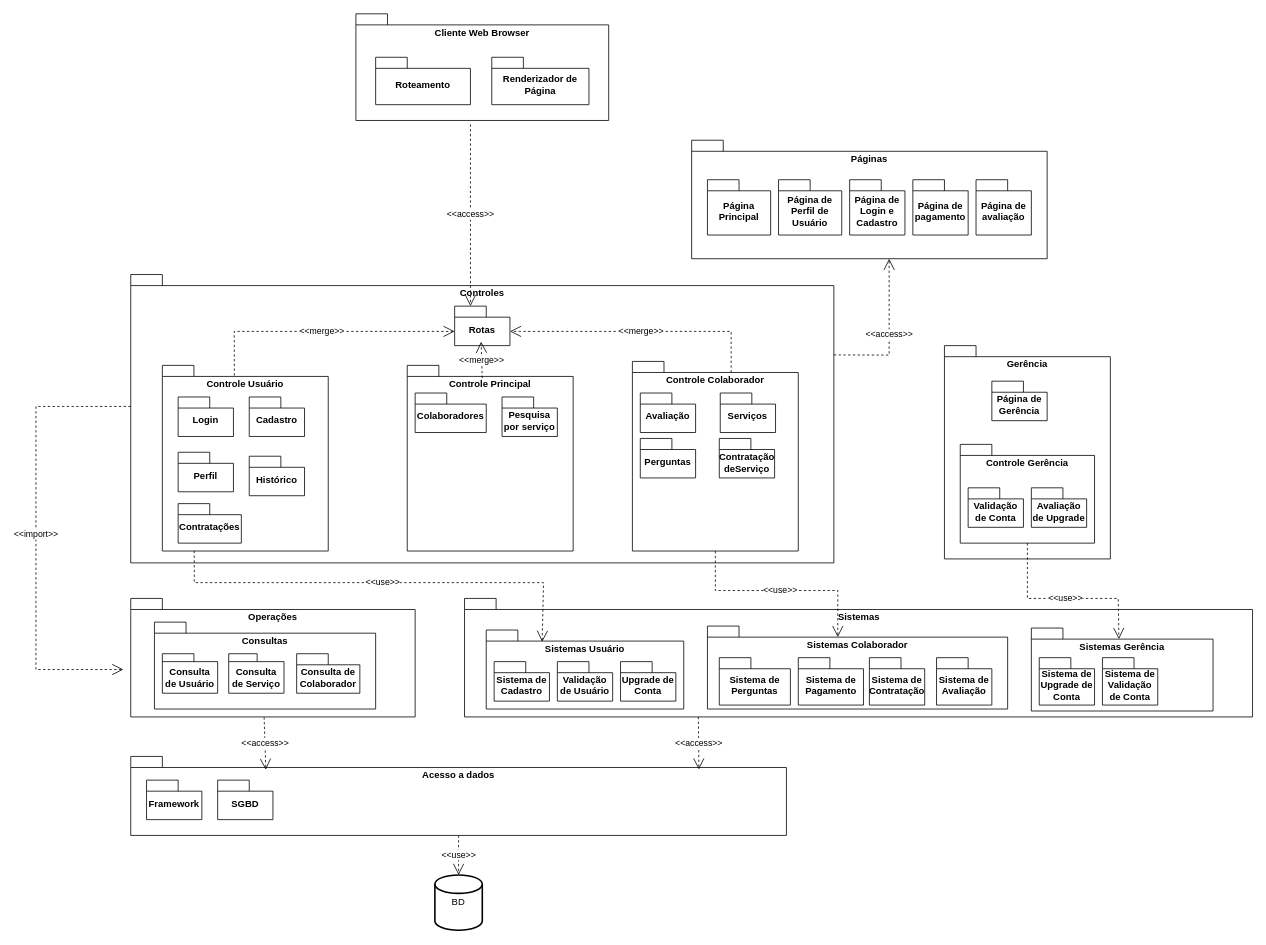
lfarodrigues/pet-hub-rs keeps this draw.io diagram as diagrama_de_pacotes.drawio. Above is the earlier version. Source tidied: cells renumbered, new cells numbered last; positions are measured from the earlier drawing's top-left corner, leaving out a move shared by most shapes. Both pictures are drawn from the tidied source at 79%, with x=0, y=0 at pixel (36, 13).
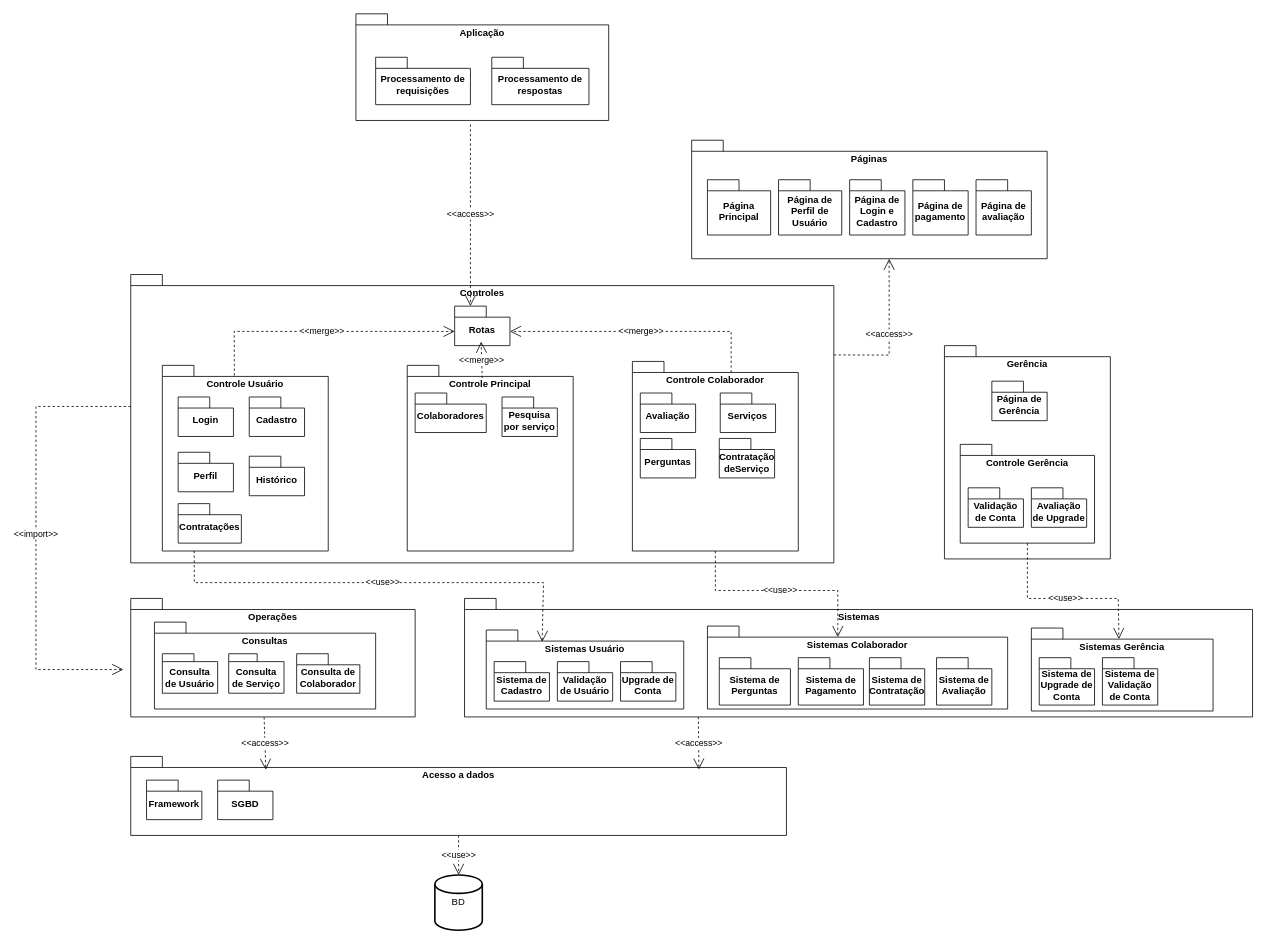
After the change.

Change to the diagram source:
```diff
@@
-    <mxCell id="2" value="Cliente Web Browser" style="shape=folder;fontStyle=1;spacingTop=10;tabWidth=40;tabHeight=14;tabPosition=left;html=1;whiteSpace=wrap;verticalAlign=top;" parent="1" vertex="1">
+    <mxCell id="2" value="Aplicação" style="shape=folder;fontStyle=1;spacingTop=10;tabWidth=40;tabHeight=14;tabPosition=left;html=1;whiteSpace=wrap;verticalAlign=top;" parent="1" vertex="1">
       <mxGeometry x="405" width="320" height="135" as="geometry" />
     </mxCell>
@@
-    <mxCell id="11" value="&lt;div&gt;Roteamento&lt;/div&gt;" style="shape=folder;fontStyle=1;spacingTop=10;tabWidth=40;tabHeight=14;tabPosition=left;html=1;whiteSpace=wrap;align=center;horizontal=1;verticalAlign=middle;" parent="1" vertex="1">
+    <mxCell id="11" value="Processamento de requisições" style="shape=folder;fontStyle=1;spacingTop=10;tabWidth=40;tabHeight=14;tabPosition=left;html=1;whiteSpace=wrap;align=center;horizontal=1;verticalAlign=middle;" parent="1" vertex="1">
       <mxGeometry x="430" y="55" width="120" height="60" as="geometry" />
     </mxCell>
@@
-    <mxCell id="55" value="Renderizador de Página" style="shape=folder;fontStyle=1;spacingTop=10;tabWidth=40;tabHeight=14;tabPosition=left;html=1;whiteSpace=wrap;" parent="1" vertex="1">
+    <mxCell id="55" value="Processamento de respostas" style="shape=folder;fontStyle=1;spacingTop=10;tabWidth=40;tabHeight=14;tabPosition=left;html=1;whiteSpace=wrap;" parent="1" vertex="1">
       <mxGeometry x="577" y="55" width="123" height="60" as="geometry" />
     </mxCell>
```
